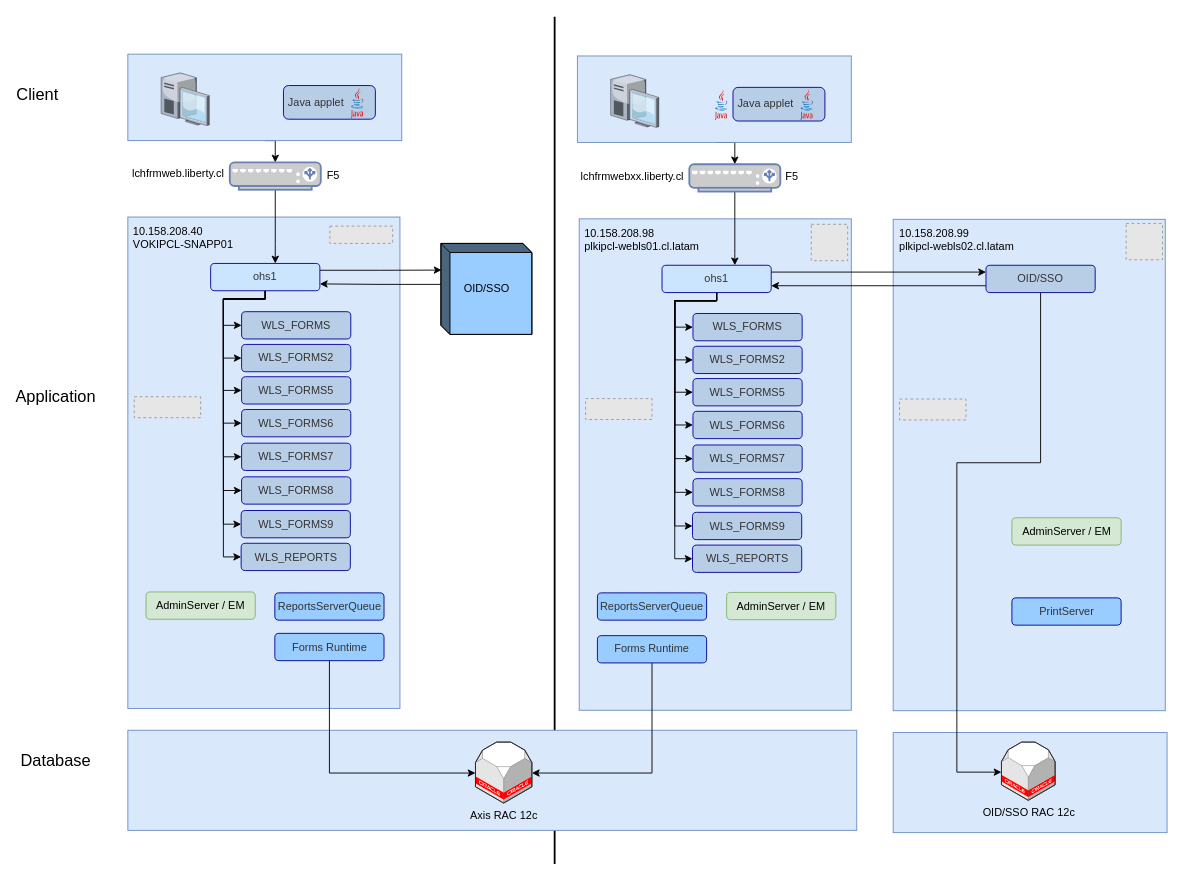
The draw.io diagram AXIS_HA.drawio in albertitors/draw.io, before the edit. Source tidied: cells renumbered, new cells numbered last; positions are measured from the earlier drawing's top-left corner, leaving out a move shared by most shapes. Both pictures are drawn from the tidied source at 91%, with x=0, y=0 at pixel (19, 16). Pictures stored in the file or linked from it are replaced by grey dashed boxes.
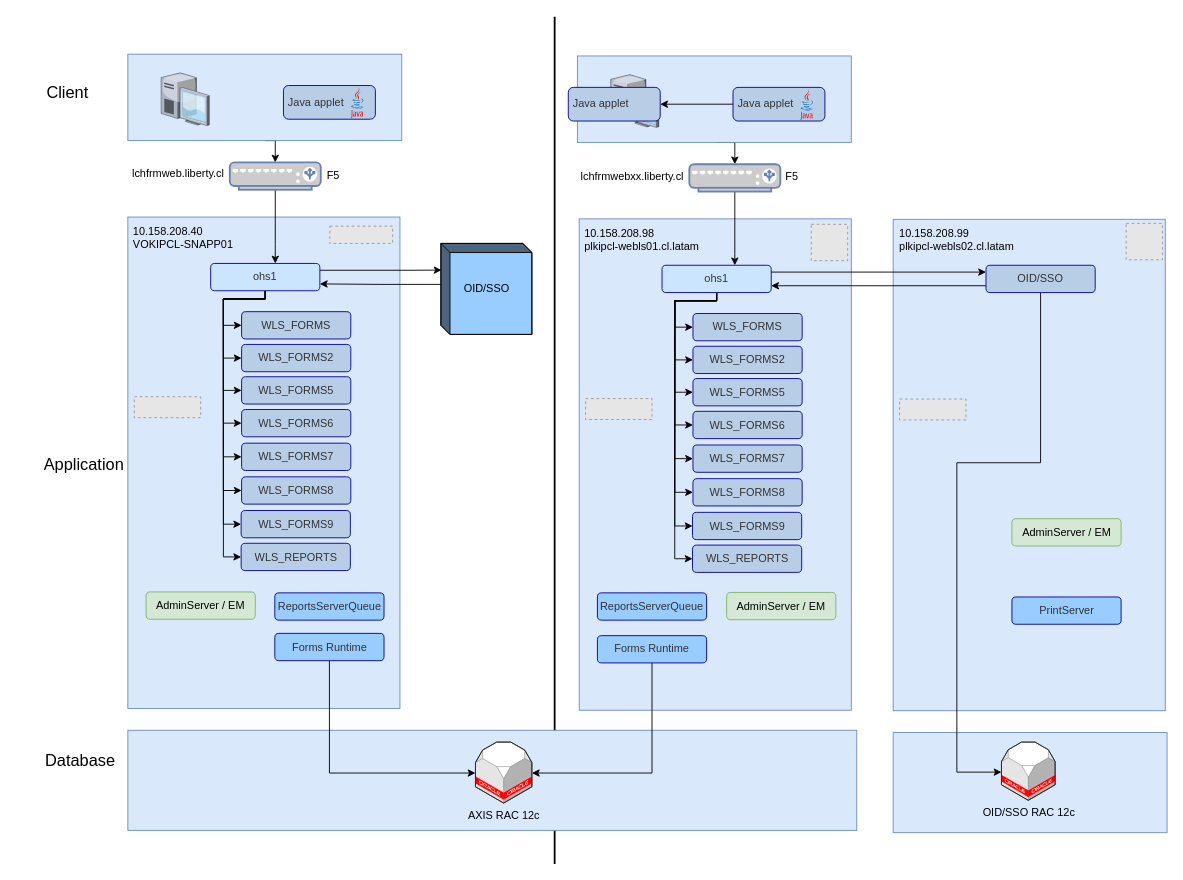
The same diagram, later.

The change refers to these unchanged cells:
```xml
<mxCell id="29" value="ohs1&lt;br&gt;" style="rounded=1;whiteSpace=wrap;html=1;fillColor=#CCE5FF;strokeColor=#000099;fontColor=#333333;" parent="1" vertex="1">
  <mxGeometry x="210" y="271" width="120" height="30" as="geometry" />
</mxCell>
<mxCell id="72" value="&amp;nbsp;Java applet&lt;br&gt;" style="rounded=1;whiteSpace=wrap;html=1;fillColor=#B8CEE6;strokeColor=#000099;fontColor=#333333;align=left;" parent="1" vertex="1">
  <mxGeometry x="784" y="77.5" width="101" height="37" as="geometry" />
</mxCell>
<mxCell id="89" value="OID/SSO&lt;br&gt;" style="html=1;dashed=0;whitespace=wrap;shape=mxgraph.dfd.externalEntity;fillColor=#99CCFF;" parent="1" vertex="1">
  <mxGeometry x="463" y="249" width="100" height="100" as="geometry" />
</mxCell>
```

What changed in the source:
```diff
@@
-    <mxCell id="10" value="Axis RAC 12c" style="verticalLabelPosition=bottom;html=1;verticalAlign=top;strokeWidth=1;align=center;outlineConnect=0;dashed=0;outlineConnect=0;shape=mxgraph.aws3d.oracleDbServer;fillColor=#ffffff;strokeColor=#5E5E5E;" parent="1" vertex="1">
+    <mxCell id="10" value="AXIS RAC 12c" style="verticalLabelPosition=bottom;html=1;verticalAlign=top;strokeWidth=1;align=center;outlineConnect=0;dashed=0;outlineConnect=0;shape=mxgraph.aws3d.oracleDbServer;fillColor=#ffffff;strokeColor=#5E5E5E;" parent="1" vertex="1">
       <mxGeometry x="501" y="797" width="62" height="67" as="geometry" />
     </mxCell>
@@
     <mxCell id="28" style="edgeStyle=orthogonalEdgeStyle;rounded=0;jettySize=auto;html=1;exitX=1;exitY=0.25;exitDx=0;exitDy=0;entryX=0.007;entryY=0.293;entryDx=0;entryDy=0;entryPerimeter=0;" parent="1" edge="1" source="29" target="89">
       <mxGeometry relative="1" as="geometry">
         <Array as="points">
-          <mxPoint x="397" y="279" />
-          <mxPoint x="397" y="278" />
+          <mxPoint x="430" y="279" />
+          <mxPoint x="430" y="279" />
         </Array>
       </mxGeometry>
     </mxCell>
@@
     <mxCell id="36" value="Client&lt;br style=&quot;font-size: 18px;&quot;&gt;" style="text;html=1;strokeColor=none;fillColor=none;align=center;verticalAlign=middle;whiteSpace=wrap;rounded=0;fontSize=18;" parent="1" vertex="1">
-      <mxGeometry y="75.5" width="40" height="20" as="geometry" />
+      <mxGeometry x="13" y="73.5" width="80" height="20" as="geometry" />
     </mxCell>
     <mxCell id="37" value="Application&lt;br style=&quot;font-size: 18px;&quot;&gt;" style="text;html=1;strokeColor=none;fillColor=none;align=center;verticalAlign=middle;whiteSpace=wrap;rounded=0;fontSize=18;" parent="1" vertex="1">
-      <mxGeometry x="20" y="407.5" width="40" height="20" as="geometry" />
+      <mxGeometry x="31" y="482.5" width="80" height="20" as="geometry" />
     </mxCell>
     <mxCell id="38" value="Database&lt;br style=&quot;font-size: 18px;&quot;&gt;" style="text;html=1;strokeColor=none;fillColor=none;align=center;verticalAlign=middle;whiteSpace=wrap;rounded=0;fontSize=18;" parent="1" vertex="1">
-      <mxGeometry x="20" y="807.5" width="40" height="20" as="geometry" />
+      <mxGeometry x="27" y="808" width="80" height="20" as="geometry" />
     </mxCell>
@@
+    <mxCell id="92" style="edgeStyle=orthogonalEdgeStyle;rounded=0;jettySize=auto;html=1;" parent="1" edge="1" source="72" target="93">
+      <mxGeometry relative="1" as="geometry" />
+    </mxCell>
@@
+    <mxCell id="93" value="&amp;nbsp;Java applet&lt;br&gt;" style="rounded=1;whiteSpace=wrap;html=1;fillColor=#B8CEE6;strokeColor=#000099;fontColor=#333333;align=left;" parent="1" vertex="1">
+      <mxGeometry x="603" y="77.5" width="101" height="37" as="geometry" />
+    </mxCell>
@@
-    <mxCell id="74" style="dashed=0;html=1;align=center;labelPosition=center;verticalLabelPosition=bottom;verticalAlign=top;shape=mxgraph.weblogos.java;strokeColor=#000099;fillColor=#CCE5FF;" parent="1" vertex="1">
-      <mxGeometry x="764" y="79.5" width="14" height="34" as="geometry" />
-    </mxCell>
@@
     <mxCell id="80" value="AdminServer / EM&lt;br&gt;" style="rounded=1;whiteSpace=wrap;html=1;fillColor=#d5e8d4;strokeColor=#82b366;" parent="1" vertex="1">
-      <mxGeometry x="1090.5" y="550.5" width="120" height="30" as="geometry" />
+      <mxGeometry x="1090.5" y="551.5" width="120" height="30" as="geometry" />
     </mxCell>
@@
     <mxCell id="86" value="PrintServer&lt;br&gt;" style="rounded=1;whiteSpace=wrap;html=1;fillColor=#99CCFF;strokeColor=#000099;fontColor=#333333;" parent="1" vertex="1">
-      <mxGeometry x="1090.5" y="638.5" width="120" height="30" as="geometry" />
+      <mxGeometry x="1090.5" y="637.5" width="120" height="30" as="geometry" />
     </mxCell>
```
